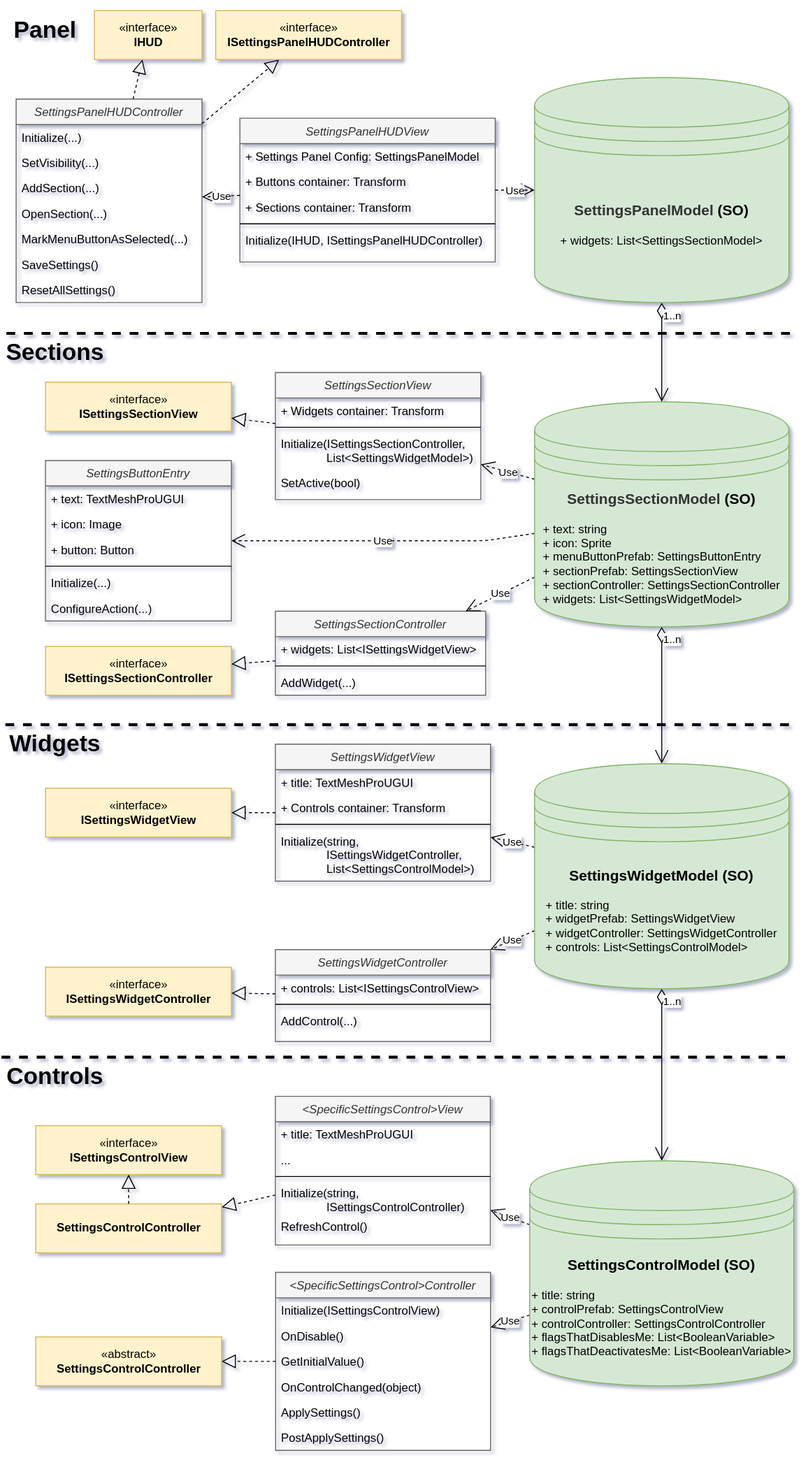
This is docs/resources/ADR-20/NewSettingsHUD_UML.svg from decentraland/adr, a draw.io export, as it was before one commit. Source tidied: cells renumbered, new cells last; positions are measured from the earlier drawing's top-left corner, leaving out a move shared by most shapes.
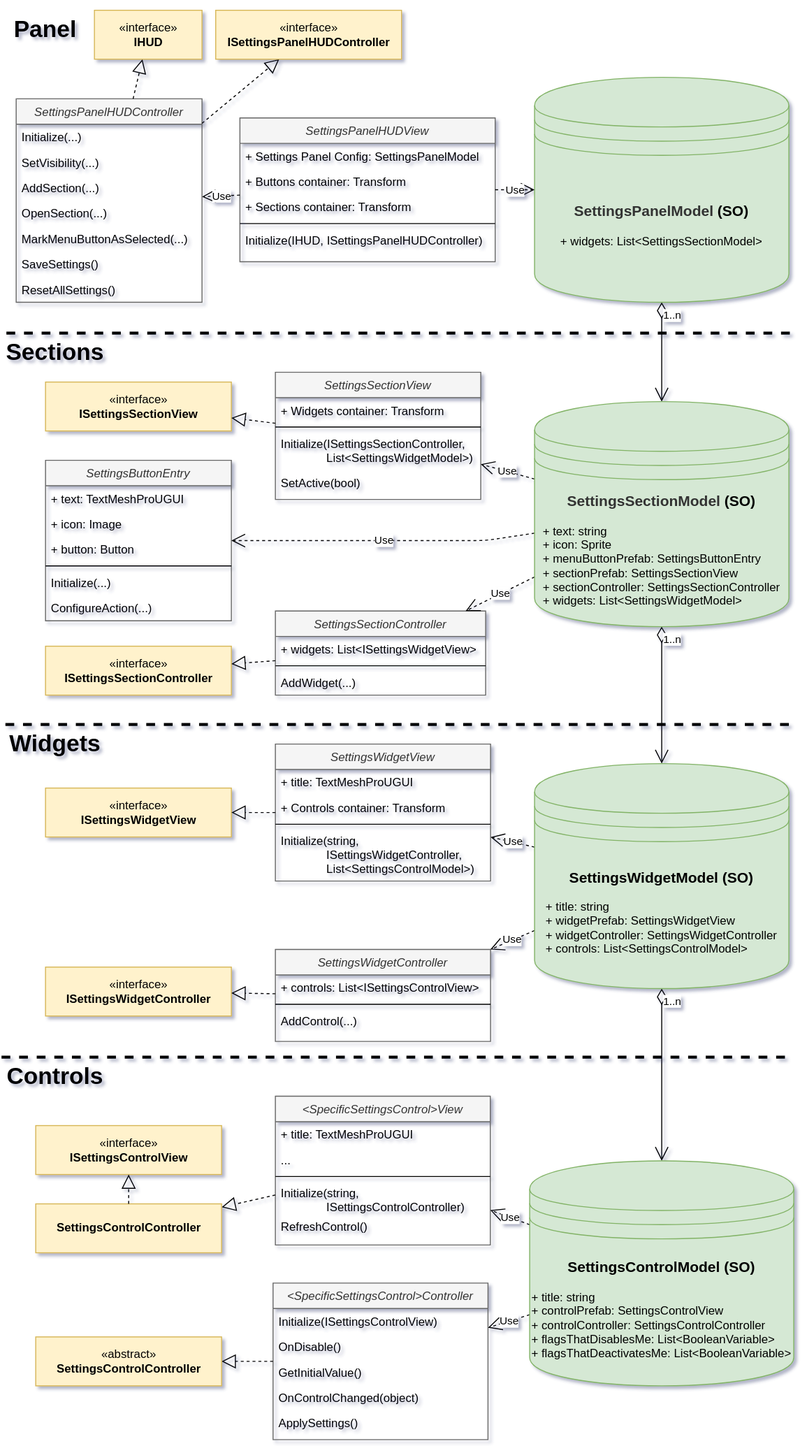
The same file after the commit.

The edit, as a diff of the source:
```diff
@@ -205,7 +205,7 @@
       <mxGeometry relative="1" as="geometry" />
     </mxCell>
     <mxCell id="67" value="&lt;SpecificSettingsControl&gt;Controller" style="swimlane;fontStyle=2;align=center;verticalAlign=top;horizontal=1;startSize=26;rounded=0;shadow=0;strokeWidth=1;fillColor=#f5f5f5;strokeColor=#666666;fontColor=#333333;" parent="1" vertex="1">
-      <mxGeometry x="280.2" y="1290" width="219.8" height="182" as="geometry" />
+      <mxGeometry x="277.6" y="1301" width="219.8" height="160" as="geometry" />
     </mxCell>
     <mxCell id="68" value="Initialize(ISettingsControlView)" style="text;align=left;verticalAlign=top;spacingLeft=4;spacingRight=4;overflow=hidden;" parent="67" vertex="1">
       <mxGeometry y="26" width="219.8" height="26" as="geometry" />
@@ -222,9 +222,6 @@
     <mxCell id="72" value="ApplySettings()" style="text;align=left;verticalAlign=top;spacingLeft=4;spacingRight=4;overflow=hidden;" parent="67" vertex="1">
       <mxGeometry y="130" width="219.8" height="26" as="geometry" />
     </mxCell>
-    <mxCell id="73" value="PostApplySettings()" style="text;align=left;verticalAlign=top;spacingLeft=4;spacingRight=4;overflow=hidden;" parent="67" vertex="1">
-      <mxGeometry y="156" width="219.8" height="26" as="geometry" />
-    </mxCell>
     <mxCell id="74" style="endArrow=block;dashed=1;endFill=0;endSize=12;html=1;strokeColor=#000000;" parent="1" edge="1" source="67" target="83">
       <mxGeometry relative="1" as="geometry" />
     </mxCell>
```
